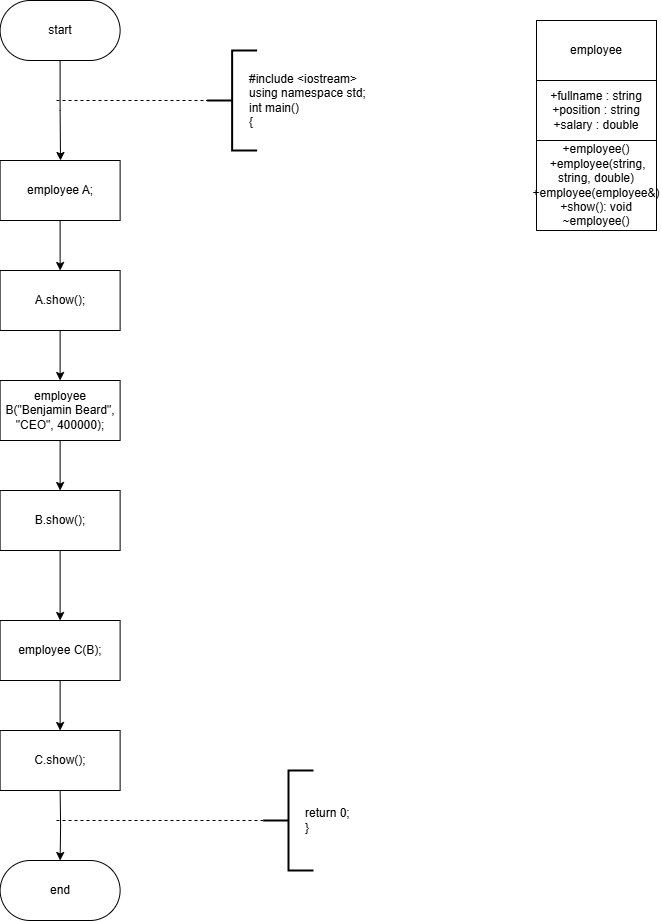
hivaily/Labs_PSTU_2024 keeps this draw.io diagram as Sem_2/Classes/class_2/class_2.png. Above is the earlier version. Source tidied: cells renumbered, new cells last; positions are measured from the earlier drawing's top-left corner, leaving out a move shared by most shapes.
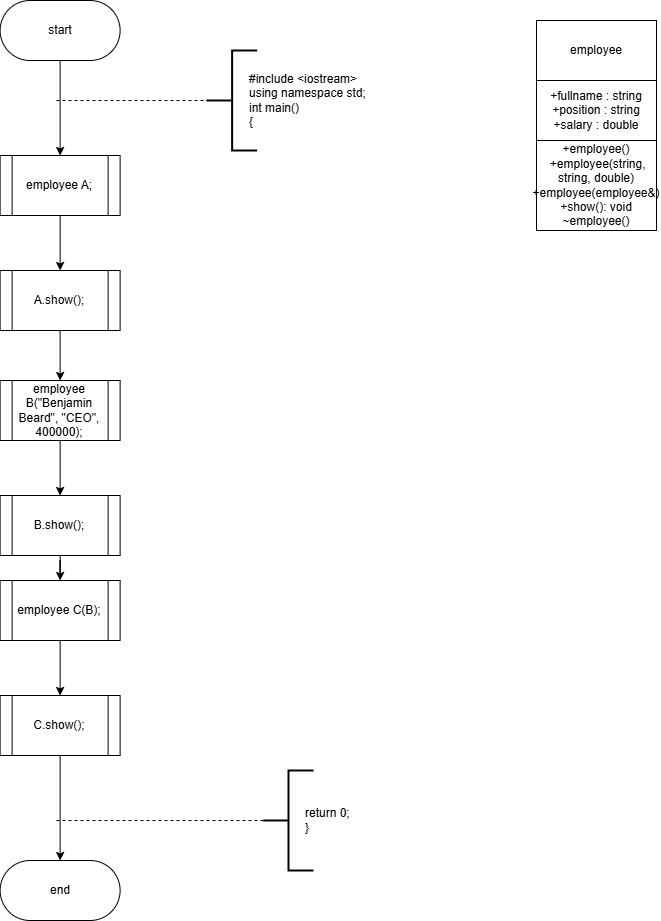
Above is the later version.

Change to the diagram source:
```diff
@@ -1,11 +1,9 @@
-<mxGraphModel>
+<mxGraphModel background="#ffffff">
   <root>
     <mxCell id="0" />
     <mxCell id="1" parent="0" />
-    <mxCell id="2" style="edgeStyle=orthogonalEdgeStyle;rounded=0;jettySize=auto;html=1;" parent="1" edge="1" source="3">
-      <mxGeometry relative="1" as="geometry">
-        <mxPoint x="60" y="160" as="targetPoint" />
-      </mxGeometry>
+    <mxCell id="2" style="edgeStyle=orthogonalEdgeStyle;rounded=0;jettySize=auto;html=1;entryX=0.5;entryY=0;entryDx=0;entryDy=0;" parent="1" edge="1" source="3" target="8">
+      <mxGeometry relative="1" as="geometry" />
     </mxCell>
     <mxCell id="3" value="start" style="rounded=1;whiteSpace=wrap;html=1;arcSize=50;" parent="1" vertex="1">
       <mxGeometry x="-0.4" width="120" height="60" as="geometry" />
@@ -21,23 +19,14 @@
     <mxCell id="6" style="strokeWidth=2;html=1;shape=mxgraph.flowchart.annotation_2;align=left;labelPosition=right;" parent="1" vertex="1">
       <mxGeometry x="206.6" y="50" width="50" height="100" as="geometry" />
     </mxCell>
-    <mxCell id="7" style="edgeStyle=orthogonalEdgeStyle;rounded=0;jettySize=auto;html=1;entryX=0.5;entryY=0;entryDx=0;entryDy=0;" parent="1" edge="1" source="8" target="11">
-      <mxGeometry relative="1" as="geometry" />
+    <mxCell id="7" style="edgeStyle=orthogonalEdgeStyle;rounded=0;jettySize=auto;html=1;entryX=0.5;entryY=0;entryDx=0;entryDy=0;" parent="1" edge="1" source="8">
+      <mxGeometry relative="1" as="geometry">
+        <mxPoint x="59.6" y="270" as="targetPoint" />
+      </mxGeometry>
     </mxCell>
-    <mxCell id="8" value="employee A;" style="rounded=0;whiteSpace=wrap;html=1;" parent="1" vertex="1">
-      <mxGeometry x="-0.4" y="160" width="120" height="60" as="geometry" />
-    </mxCell>
-    <mxCell id="9" style="edgeStyle=orthogonalEdgeStyle;rounded=0;jettySize=auto;html=1;entryX=0.5;entryY=0;entryDx=0;entryDy=0;" parent="1" edge="1" target="12">
-      <mxGeometry relative="1" as="geometry">
-        <mxPoint x="59.6" y="790" as="sourcePoint" />
-      </mxGeometry>
+    <mxCell id="9" style="edgeStyle=orthogonalEdgeStyle;rounded=0;jettySize=auto;html=1;entryX=0.5;entryY=0;entryDx=0;entryDy=0;exitX=0.5;exitY=1;exitDx=0;exitDy=0;" parent="1" edge="1" source="25" target="12">
+      <mxGeometry relative="1" as="geometry" />
     </mxCell>
-    <mxCell id="10" style="edgeStyle=orthogonalEdgeStyle;rounded=0;jettySize=auto;html=1;entryX=0.5;entryY=0;entryDx=0;entryDy=0;" parent="1" edge="1" source="11" target="20">
-      <mxGeometry relative="1" as="geometry" />
-    </mxCell>
-    <mxCell id="11" value="A.show();" style="rounded=0;whiteSpace=wrap;html=1;" parent="1" vertex="1">
-      <mxGeometry x="-0.4" y="270" width="120" height="60" as="geometry" />
-    </mxCell>
     <mxCell id="12" value="end" style="rounded=1;whiteSpace=wrap;html=1;arcSize=50;" parent="1" vertex="1">
       <mxGeometry x="-0.4" y="860" width="120" height="60" as="geometry" />
     </mxCell>
@@ -62,26 +51,39 @@
     <mxCell id="18" value="&lt;div&gt;+employee()&lt;/div&gt;&lt;div&gt;&amp;nbsp;+employee(string, string, double)&lt;/div&gt;&lt;div&gt;&lt;span style=&quot;background-color: transparent; color: light-dark(rgb(0, 0, 0), rgb(255, 255, 255));&quot;&gt;+employee(employee&amp;amp;)&lt;br&gt;+show(): void&lt;/span&gt;&lt;/div&gt;&lt;div&gt;~employee()&lt;/div&gt;" style="rounded=0;whiteSpace=wrap;html=1;" parent="1" vertex="1">
       <mxGeometry x="536" y="140" width="120" height="90" as="geometry" />
     </mxCell>
-    <mxCell id="19" style="edgeStyle=orthogonalEdgeStyle;rounded=0;jettySize=auto;html=1;entryX=0.5;entryY=0;entryDx=0;entryDy=0;" parent="1" edge="1" source="20" target="22">
-      <mxGeometry relative="1" as="geometry" />
-    </mxCell>
+    <mxCell id="8" value="employee A;" style="shape=process;whiteSpace=wrap;html=1;backgroundOutline=1;" parent="1" vertex="1">
+      <mxGeometry x="-0.4" y="155" width="120" height="60" as="geometry" />
+    </mxCell>
+    <mxCell id="10" style="edgeStyle=orthogonalEdgeStyle;rounded=0;jettySize=auto;html=1;entryX=0.5;entryY=0;entryDx=0;entryDy=0;" parent="1" edge="1" source="11" target="20">
+      <mxGeometry relative="1" as="geometry" />
+    </mxCell>
+    <mxCell id="11" value="A.show();" style="shape=process;whiteSpace=wrap;html=1;backgroundOutline=1;" parent="1" vertex="1">
+      <mxGeometry x="-0.4" y="270" width="120" height="60" as="geometry" />
+    </mxCell>
+    <mxCell id="26" style="edgeStyle=orthogonalEdgeStyle;rounded=0;jettySize=auto;html=1;entryX=0.5;entryY=0;entryDx=0;entryDy=0;" parent="1" edge="1" source="20">
+      <mxGeometry relative="1" as="geometry">
+        <mxPoint x="59.6" y="495" as="targetPoint" />
+      </mxGeometry>
+    </mxCell>
-    <mxCell id="20" value="employee B(&quot;Benjamin Beard&quot;, &quot;CEO&quot;, 400000);" style="rounded=0;whiteSpace=wrap;html=1;" parent="1" vertex="1">
+    <mxCell id="20" value="employee B(&quot;Benjamin Beard&quot;, &quot;CEO&quot;, 400000);" style="shape=process;whiteSpace=wrap;html=1;backgroundOutline=1;" parent="1" vertex="1">
       <mxGeometry x="-0.4" y="380" width="120" height="60" as="geometry" />
     </mxCell>
-    <mxCell id="21" style="edgeStyle=orthogonalEdgeStyle;rounded=0;jettySize=auto;html=1;" parent="1" edge="1" source="22" target="24">
+    <mxCell id="21" style="edgeStyle=orthogonalEdgeStyle;rounded=0;jettySize=auto;html=1;entryX=0.5;entryY=0;entryDx=0;entryDy=0;" parent="1" edge="1" source="22" target="24">
       <mxGeometry relative="1" as="geometry" />
     </mxCell>
-    <mxCell id="22" value="B.show();" style="rounded=0;whiteSpace=wrap;html=1;" parent="1" vertex="1">
-      <mxGeometry x="-0.4" y="490" width="120" height="60" as="geometry" />
+    <mxCell id="22" value="B.show();" style="shape=process;whiteSpace=wrap;html=1;backgroundOutline=1;" parent="1" vertex="1">
+      <mxGeometry x="-0.4" y="495" width="120" height="60" as="geometry" />
     </mxCell>
-    <mxCell id="23" style="edgeStyle=orthogonalEdgeStyle;rounded=0;jettySize=auto;html=1;entryX=0.5;entryY=0;entryDx=0;entryDy=0;" parent="1" edge="1" source="24" target="25">
-      <mxGeometry relative="1" as="geometry" />
-    </mxCell>
+    <mxCell id="27" style="edgeStyle=orthogonalEdgeStyle;rounded=0;jettySize=auto;html=1;entryX=0.5;entryY=0;entryDx=0;entryDy=0;" parent="1" edge="1" source="24">
+      <mxGeometry relative="1" as="geometry">
+        <mxPoint x="59.6" y="695" as="targetPoint" />
+      </mxGeometry>
+    </mxCell>
-    <mxCell id="24" value="employee C(B);" style="rounded=0;whiteSpace=wrap;html=1;" parent="1" vertex="1">
-      <mxGeometry x="-0.4" y="620" width="120" height="60" as="geometry" />
+    <mxCell id="24" value="employee C(B);" style="shape=process;whiteSpace=wrap;html=1;backgroundOutline=1;" parent="1" vertex="1">
+      <mxGeometry x="-0.4" y="580" width="120" height="60" as="geometry" />
     </mxCell>
-    <mxCell id="25" value="C.show();" style="rounded=0;whiteSpace=wrap;html=1;" parent="1" vertex="1">
-      <mxGeometry x="-0.4" y="730" width="120" height="60" as="geometry" />
+    <mxCell id="25" value="C.show();" style="shape=process;whiteSpace=wrap;html=1;backgroundOutline=1;" parent="1" vertex="1">
+      <mxGeometry x="-0.4" y="695" width="120" height="60" as="geometry" />
     </mxCell>
   </root>
 </mxGraphModel>
```
